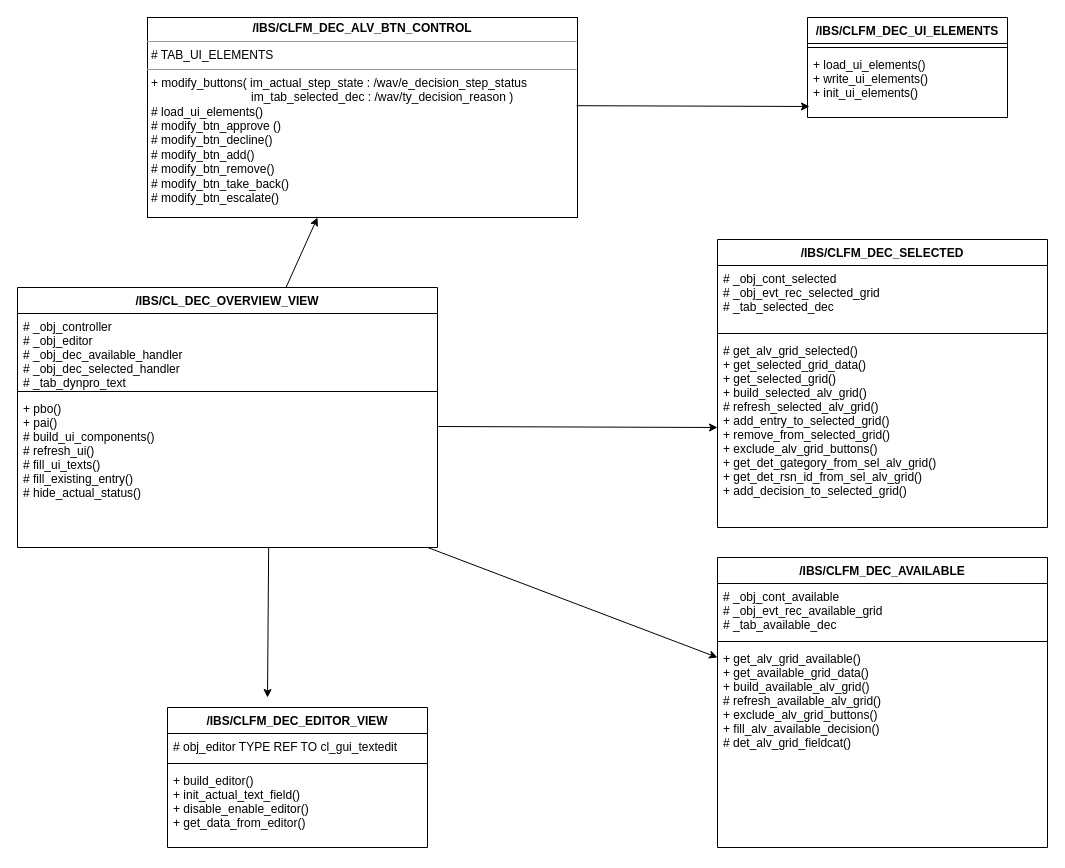
Before: Untitled Diagram (4).drawio in osarisky/bla, a draw.io diagram. Source tidied: cells renumbered, new cells numbered last; positions are measured from the earlier drawing's top-left corner, leaving out a move shared by most shapes. Both pictures are drawn from the tidied source at 100%, with x=0, y=0 at pixel (17, 17).
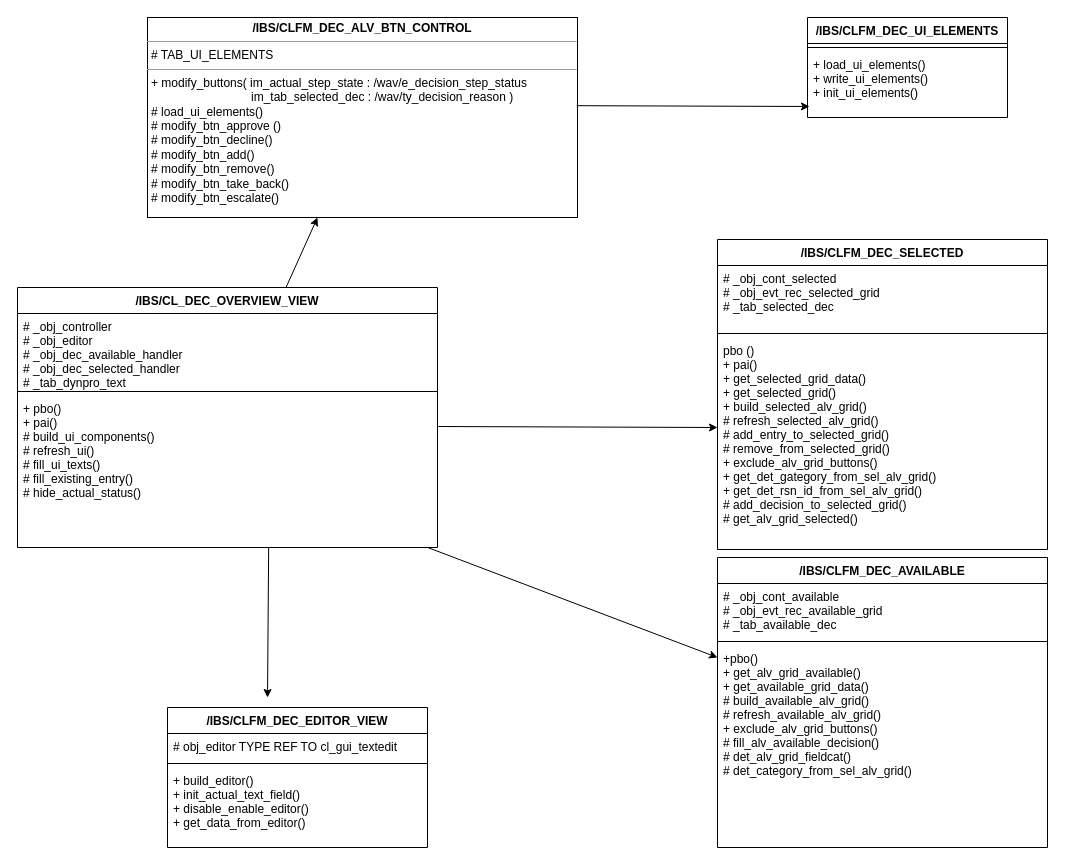
Above is the later version.

Commit message:
UML dec view 6.drawio

The change refers to these unchanged cells:
```xml
<mxCell id="7" value="/IBS/CLFM_DEC_AVAILABLE" style="swimlane;fontStyle=1;align=center;verticalAlign=top;horizontal=1;startSize=26;" parent="1" vertex="1">
  <mxGeometry x="700" y="540" width="330" height="290" as="geometry" />
</mxCell>
```

The edit, as a diff of the source:
```diff
@@
-    <mxCell id="10" value="+ get_alv_grid_available()&#10;+ get_available_grid_data()&#10;+ build_available_alv_grid()&#10;# refresh_available_alv_grid()&#10;+ exclude_alv_grid_buttons()&#10;+ fill_alv_available_decision()&#10;# det_alv_grid_fieldcat()&#10;&#10;" style="text;strokeColor=none;fillColor=none;align=left;verticalAlign=top;spacingLeft=4;spacingRight=4;overflow=hidden;" parent="7" vertex="1">
+    <mxCell id="10" value="+pbo()&#10;+ get_alv_grid_available()&#10;+ get_available_grid_data()&#10;# build_available_alv_grid()&#10;# refresh_available_alv_grid()&#10;+ exclude_alv_grid_buttons()&#10;# fill_alv_available_decision()&#10;# det_alv_grid_fieldcat()&#10;# det_category_from_sel_alv_grid()&#10;&#10;" style="text;strokeColor=none;fillColor=none;align=left;verticalAlign=top;spacingLeft=4;spacingRight=4;overflow=hidden;" parent="7" vertex="1">
       <mxGeometry y="88" width="330" height="202" as="geometry" />
     </mxCell>
@@
     <mxCell id="14" value="/IBS/CLFM_DEC_SELECTED" style="swimlane;fontStyle=1;align=center;verticalAlign=top;horizontal=1;startSize=26;" parent="1" vertex="1">
-      <mxGeometry x="700" y="222" width="330" height="288" as="geometry" />
+      <mxGeometry x="700" y="222" width="330" height="310" as="geometry" />
     </mxCell>
@@
-    <mxCell id="17" value="# get_alv_grid_selected()&#10;+ get_selected_grid_data()&#10;+ get_selected_grid()&#10;+ build_selected_alv_grid()&#10;# refresh_selected_alv_grid()&#10;+ add_entry_to_selected_grid()&#10;+ remove_from_selected_grid()&#10;+ exclude_alv_grid_buttons()&#10;+ get_det_gategory_from_sel_alv_grid()&#10;+ get_det_rsn_id_from_sel_alv_grid()&#10;+ add_decision_to_selected_grid()&#10;" style="text;strokeColor=none;fillColor=none;align=left;verticalAlign=top;spacingLeft=4;spacingRight=4;overflow=hidden;" parent="14" vertex="1">
-      <mxGeometry y="98" width="330" height="190" as="geometry" />
+    <mxCell id="17" value="pbo ()&#10;+ pai()&#10;+ get_selected_grid_data()&#10;+ get_selected_grid()&#10;+ build_selected_alv_grid()&#10;# refresh_selected_alv_grid()&#10;# add_entry_to_selected_grid()&#10;# remove_from_selected_grid()&#10;+ exclude_alv_grid_buttons()&#10;+ get_det_gategory_from_sel_alv_grid()&#10;+ get_det_rsn_id_from_sel_alv_grid()&#10;# add_decision_to_selected_grid()&#10;# get_alv_grid_selected()&#10;" style="text;strokeColor=none;fillColor=none;align=left;verticalAlign=top;spacingLeft=4;spacingRight=4;overflow=hidden;" parent="14" vertex="1">
+      <mxGeometry y="98" width="330" height="212" as="geometry" />
     </mxCell>
```
